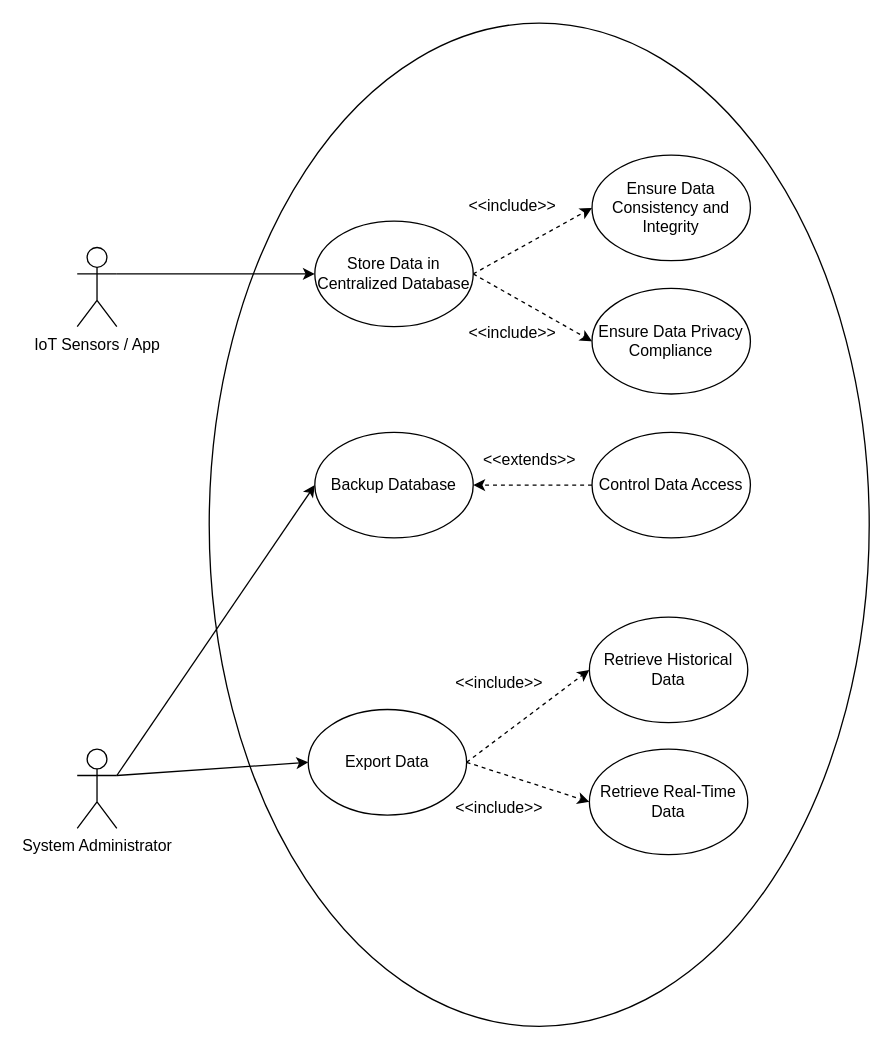
The draw.io diagram UseCaseDiagram.drawio in EzraChai/CMT221-Assignment, before the edit. Source tidied: cells renumbered, new cells numbered last; positions are measured from the earlier drawing's top-left corner, leaving out a move shared by most shapes. Both pictures are drawn from the tidied source at 132%, with x=0, y=0 at pixel (77, 22).
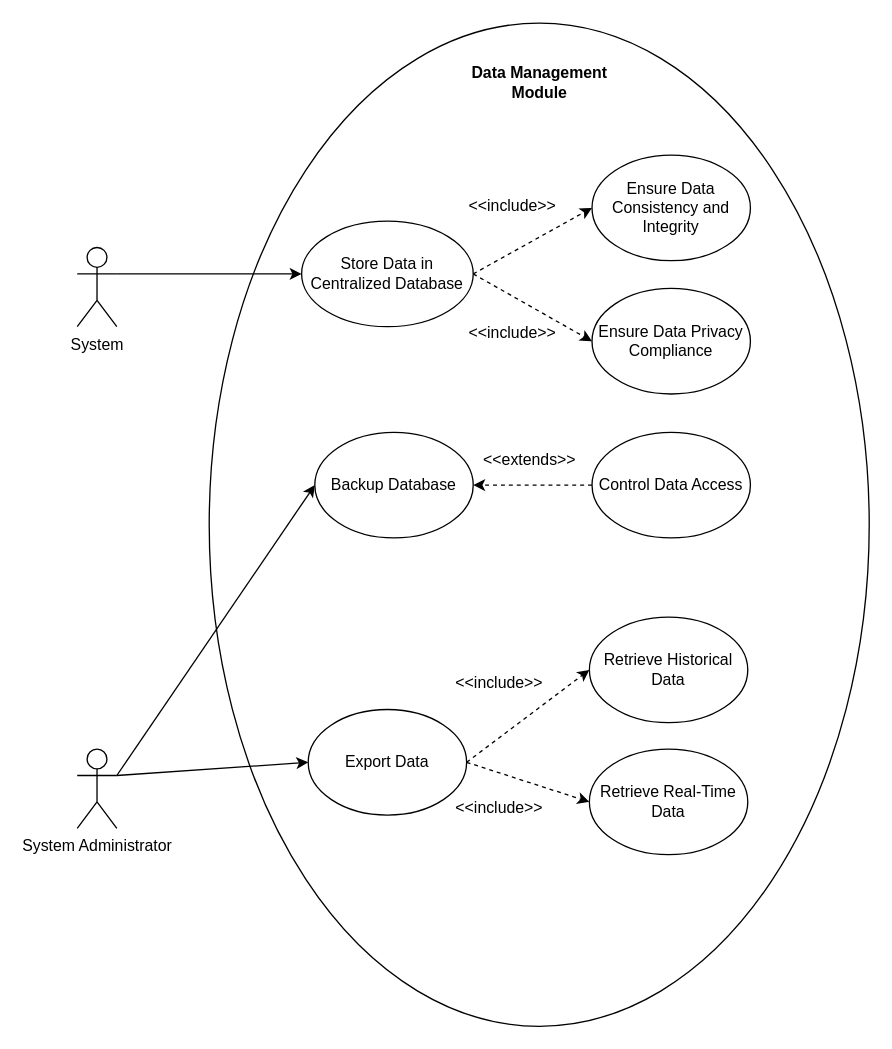
Above is the later version.

What changed in the source:
```diff
@@
-    <mxCell id="3" style="rounded=0;jettySize=auto;html=1;exitX=1;exitY=0.3333333333333333;exitDx=0;exitDy=0;exitPerimeter=0;entryX=0;entryY=0.5;entryDx=0;entryDy=0;" parent="1" edge="1" source="18" target="9">
+    <mxCell id="3" style="rounded=0;jettySize=auto;html=1;exitX=1;exitY=0.3333333333333333;exitDx=0;exitDy=0;entryX=0;entryY=0.5;entryDx=0;entryDy=0;exitPerimeter=0;" parent="1" edge="1" source="28" target="9">
       <mxGeometry relative="1" as="geometry" />
     </mxCell>
@@
     <mxCell id="9" value="Store Data in Centralized Database" style="ellipse;whiteSpace=wrap;html=1;" parent="1" vertex="1">
-      <mxGeometry x="180" y="150" width="120" height="80" as="geometry" />
+      <mxGeometry x="170" y="150" width="130" height="80" as="geometry" />
     </mxCell>
@@
-    <mxCell id="18" value="IoT Sensors / App" style="shape=umlActor;verticalLabelPosition=bottom;verticalAlign=top;html=1;outlineConnect=0;" parent="1" vertex="1">
-      <mxGeometry y="170" width="30" height="60" as="geometry" />
-    </mxCell>
@@
+    <mxCell id="27" value="&lt;b&gt;Data Management Module&lt;/b&gt;" style="text;html=1;whiteSpace=wrap;strokeColor=none;fillColor=none;align=center;verticalAlign=middle;rounded=0;" parent="1" vertex="1">
+      <mxGeometry x="293.5" y="30" width="113" height="30" as="geometry" />
+    </mxCell>
+    <mxCell id="28" value="&lt;span&gt;System&lt;/span&gt;" style="shape=umlActor;verticalLabelPosition=bottom;verticalAlign=top;html=1;outlineConnect=0;" parent="1" vertex="1">
+      <mxGeometry y="170" width="30" height="60" as="geometry" />
+    </mxCell>
```
